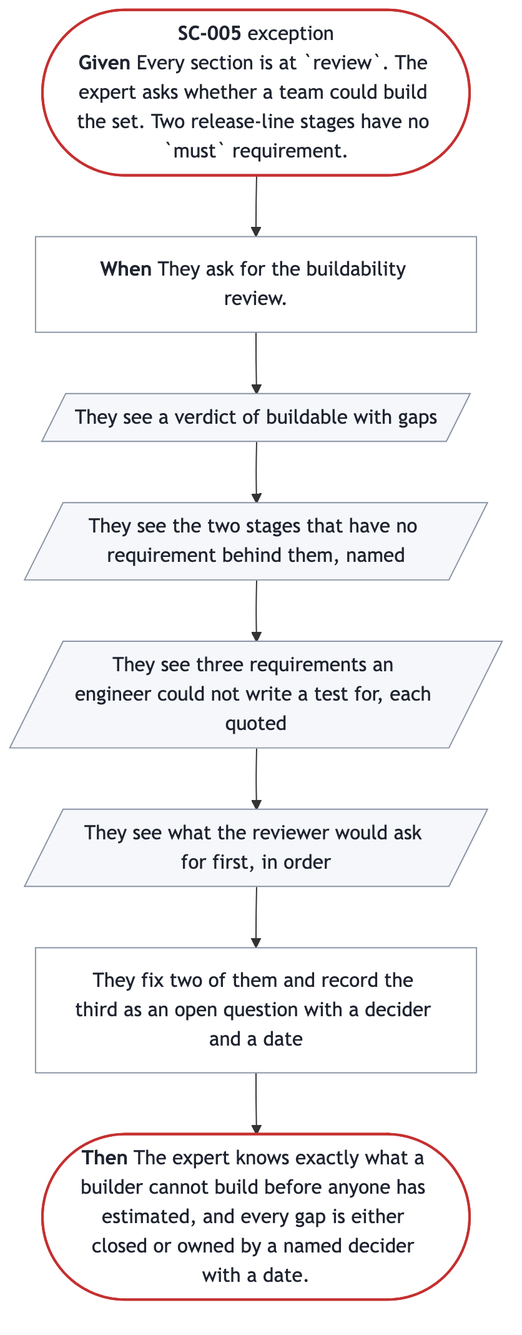
Above: docs/prd/prd-forge/diagrams/SC-005.png in SpillwaveSolutions/prd-forge (Mermaid), before the change. Its source is kept beside it as docs/prd/prd-forge/diagrams/SC-005.mmd.
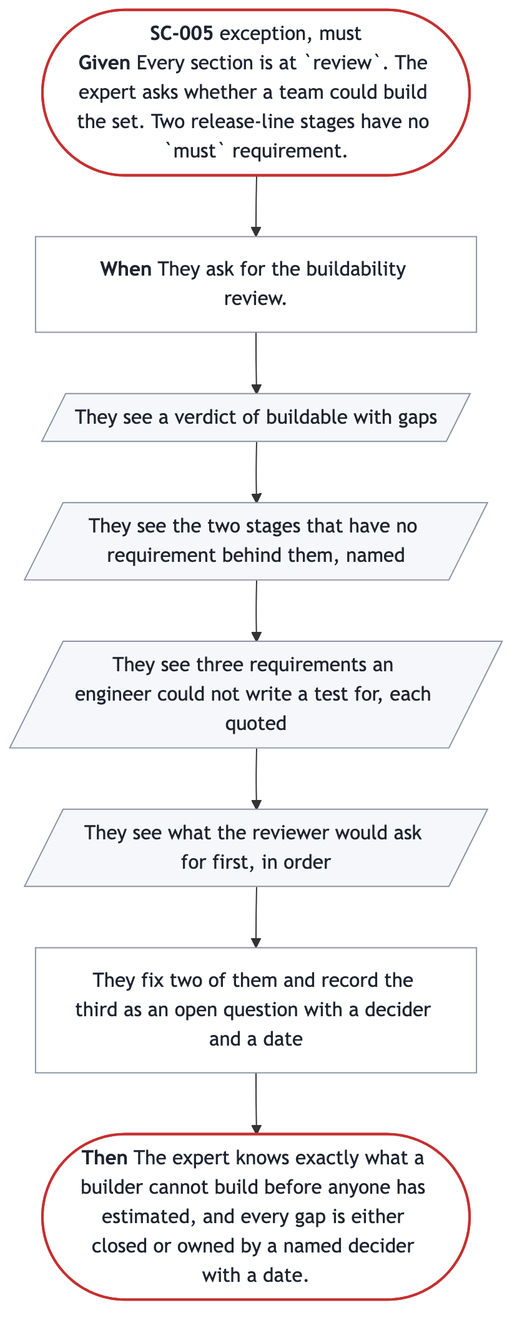
The same file after the commit.

The edit, as a diff of the source:
```diff
@@ -1,6 +1,6 @@
 %%{init: {"flowchart": {"wrappingWidth": 300}}}%%
 flowchart TB
-  start(["<b>SC-005</b> exception<br/><b>Given</b> Every section is at `review`. The expert asks whether a team could build the set. Two release-line stages have no `must` requirement."])
+  start(["<b>SC-005</b> exception, must<br/><b>Given</b> Every section is at `review`. The expert asks whether a team could build the set. Two release-line stages have no `must` requirement."])
   trigger["<b>When</b> They ask for the buildability review."]
   s0[/"They see a verdict of buildable with gaps"/]
   s1[/"They see the two stages that have no requirement behind them, named"/]
```
